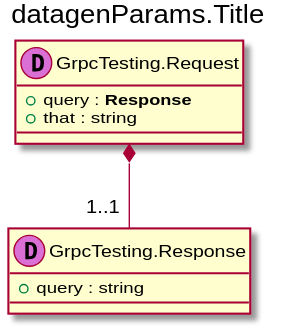
Earlier version of the PlantUML export docs/Standard/FoothisEndpointdata-model.svg (anz-bank/sysl-catalog).
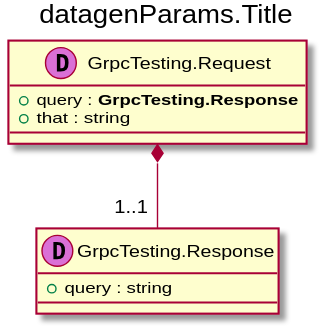
After the change.

What changed in the source:
```diff
@@ -2,7 +2,7 @@
 title datagenParams.Title
 
 class "GrpcTesting.Request" as _0 << (D,orchid) >> {
-+ query : **Response**
++ query : **GrpcTesting.Response**
 + that : string
 }
 class "GrpcTesting.Response" as _1 << (D,orchid) >> {
```
